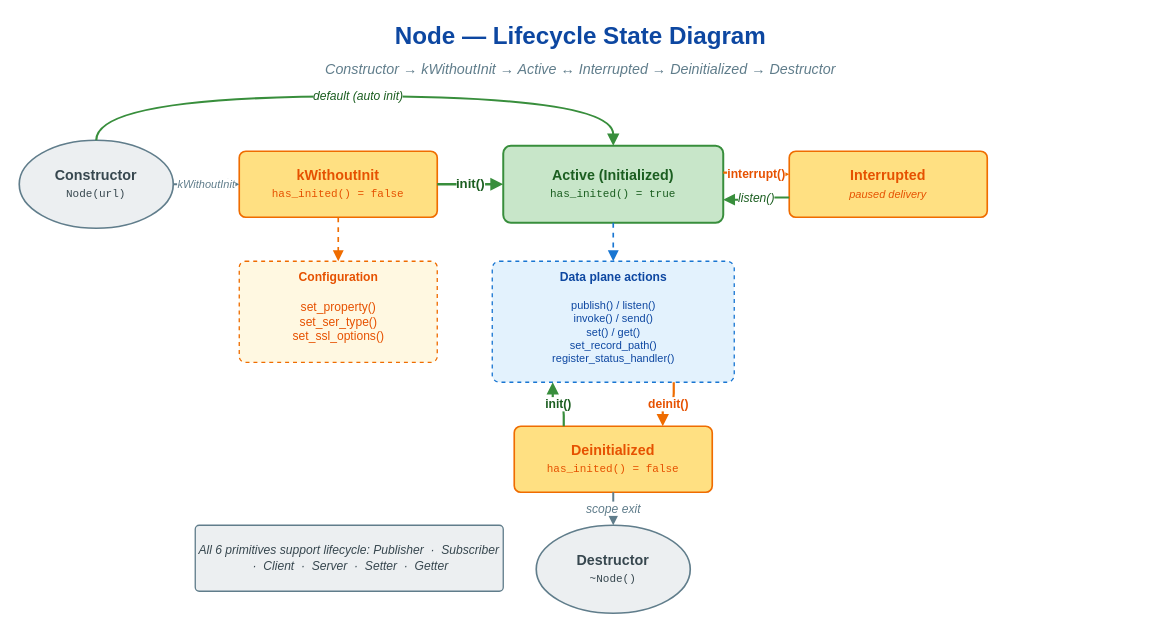
Earlier version of the draw.io diagram examples/node_features/lifecycle/images/node-lifecycle.drawio (thun-res/vlink). Source tidied: cells renumbered, new cells numbered last; positions are measured from the earlier drawing's top-left corner, leaving out a move shared by most shapes. Both pictures are drawn from the tidied source at 110%, with x=0, y=0 at pixel (19, 19).
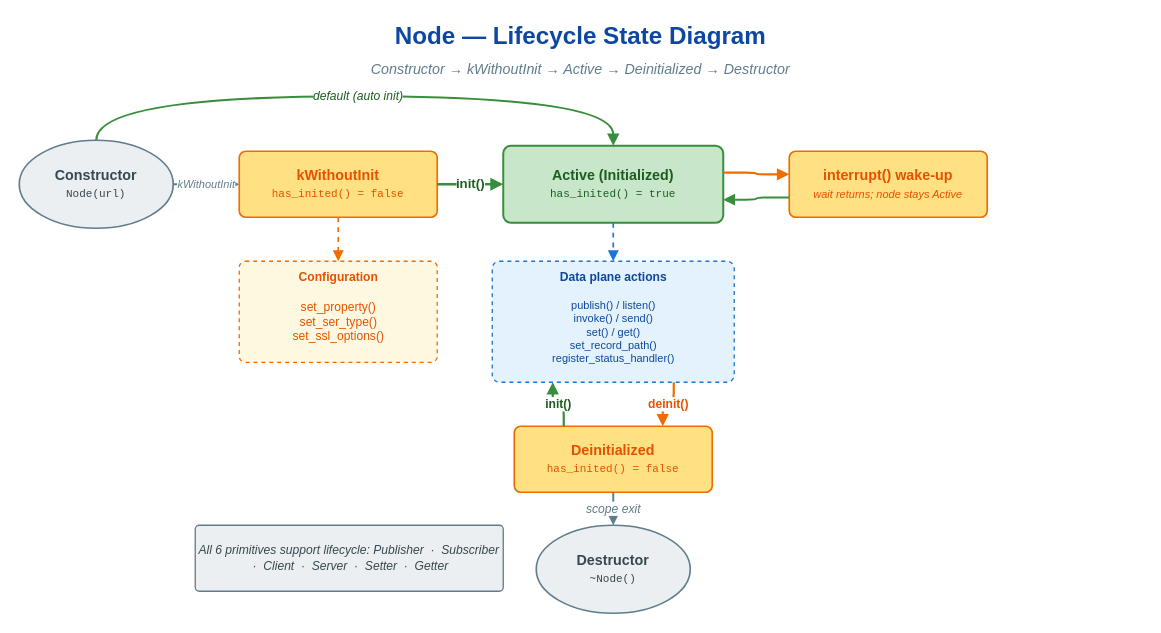
Above is the later version.

Unchanged cells that the change refers to:
```xml
<mxCell id="6" value="&lt;b&gt;Active (Initialized)&lt;/b&gt;&lt;br/&gt;&lt;span style=&quot;font-size:10px;font-family:Courier New;&quot;&gt;has_inited() = true&lt;/span&gt;" style="rounded=1;whiteSpace=wrap;html=1;fillColor=#c8e6c9;strokeColor=#388e3c;strokeWidth=1.8;arcSize=10;fontFamily=Helvetica;fontSize=13;fontColor=#1b5e20;shadow=0;" parent="1" vertex="1">
  <mxGeometry x="440" y="115" width="200" height="70" as="geometry" />
</mxCell>
```

What changed in the source:
```diff
@@
-    <mxCell id="3" value="Constructor → kWithoutInit → Active ↔ Interrupted → Deinitialized → Destructor" style="text;html=1;align=center;verticalAlign=middle;strokeColor=none;fillColor=none;fontFamily=Helvetica;fontSize=13;fontStyle=2;fontColor=#607d8b;" parent="1" vertex="1">
+    <mxCell id="3" value="Constructor → kWithoutInit → Active → Deinitialized → Destructor" style="text;html=1;align=center;verticalAlign=middle;strokeColor=none;fillColor=none;fontFamily=Helvetica;fontSize=13;fontStyle=2;fontColor=#607d8b;" parent="1" vertex="1">
       <mxGeometry y="34" width="1020" height="22" as="geometry" />
     </mxCell>
@@
-    <mxCell id="7" value="&lt;b&gt;Interrupted&lt;/b&gt;&lt;br/&gt;&lt;span style=&quot;font-size:10px;font-style:italic;&quot;&gt;paused delivery&lt;/span&gt;" style="rounded=1;whiteSpace=wrap;html=1;fillColor=#ffe082;strokeColor=#ef6c00;strokeWidth=1.5;arcSize=10;fontFamily=Helvetica;fontSize=13;fontColor=#e65100;shadow=0;" parent="1" vertex="1">
+    <mxCell id="7" value="&lt;b&gt;interrupt() wake-up&lt;/b&gt;&lt;br/&gt;&lt;span style=&quot;font-size:10px;font-style:italic;&quot;&gt;wait returns; node stays Active&lt;/span&gt;" style="rounded=1;whiteSpace=wrap;html=1;fillColor=#ffe082;strokeColor=#ef6c00;strokeWidth=1.5;arcSize=10;fontFamily=Helvetica;fontSize=13;fontColor=#e65100;shadow=0;" parent="1" vertex="1">
       <mxGeometry x="700" y="120" width="180" height="60" as="geometry" />
     </mxCell>
@@
-    <mxCell id="19" value="interrupt()" style="edgeStyle=orthogonalEdgeStyle;endArrow=block;endFill=1;html=1;strokeWidth=2;strokeColor=#ef6c00;fontFamily=Helvetica;fontSize=11;fontStyle=1;fontColor=#e65100;labelBackgroundColor=#ffffff;rounded=1;exitX=1;exitY=0.35;exitDx=0;exitDy=0;entryX=0;entryY=0.35;entryDx=0;entryDy=0;" parent="1" edge="1" source="6" target="7">
+    <mxCell id="19" style="edgeStyle=orthogonalEdgeStyle;endArrow=block;endFill=1;html=1;strokeWidth=2;strokeColor=#ef6c00;fontFamily=Helvetica;fontSize=11;fontStyle=1;fontColor=#e65100;labelBackgroundColor=#ffffff;rounded=1;exitX=1;exitY=0.35;exitDx=0;exitDy=0;entryX=0;entryY=0.35;entryDx=0;entryDy=0;" parent="1" edge="1" source="6" target="7">
       <mxGeometry relative="1" as="geometry" />
     </mxCell>
-    <mxCell id="20" value="listen()" style="edgeStyle=orthogonalEdgeStyle;endArrow=block;endFill=1;html=1;strokeWidth=1.8;strokeColor=#388e3c;fontFamily=Helvetica;fontSize=11;fontStyle=2;fontColor=#1b5e20;labelBackgroundColor=#ffffff;rounded=1;exitX=0;exitY=0.7;exitDx=0;exitDy=0;entryX=1;entryY=0.7;entryDx=0;entryDy=0;" parent="1" edge="1" source="7" target="6">
+    <mxCell id="20" style="edgeStyle=orthogonalEdgeStyle;endArrow=block;endFill=1;html=1;strokeWidth=1.8;strokeColor=#388e3c;fontFamily=Helvetica;fontSize=11;fontStyle=2;fontColor=#1b5e20;labelBackgroundColor=#ffffff;rounded=1;exitX=0;exitY=0.7;exitDx=0;exitDy=0;entryX=1;entryY=0.7;entryDx=0;entryDy=0;" parent="1" edge="1" source="7" target="6">
       <mxGeometry relative="1" as="geometry" />
     </mxCell>
```
